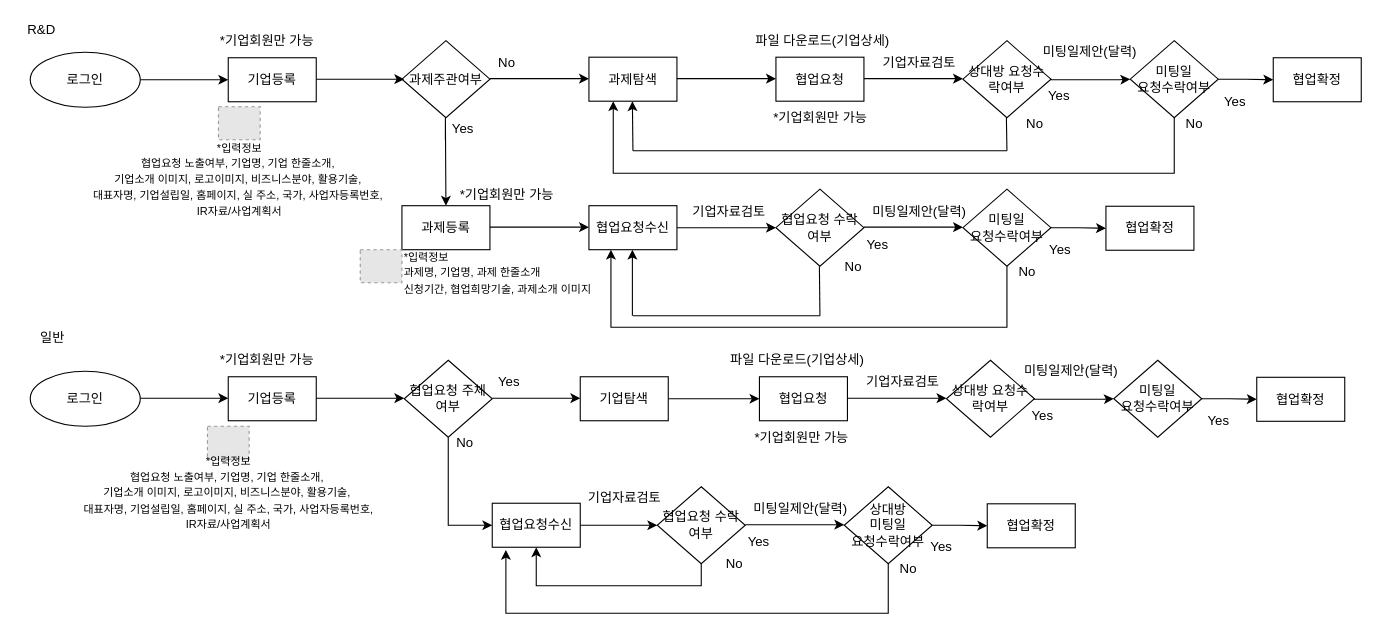
Earlier version of the draw.io diagram 협업_RESET 프로세스.drawio (Lucidhomme/TIL). Source tidied: cells renumbered, new cells numbered last; positions are measured from the earlier drawing's top-left corner, leaving out a move shared by most shapes. Both pictures are drawn from the tidied source at 110%, with x=0, y=0 at pixel (19, 19). Pictures stored in the file or linked from it are replaced by grey dashed boxes.
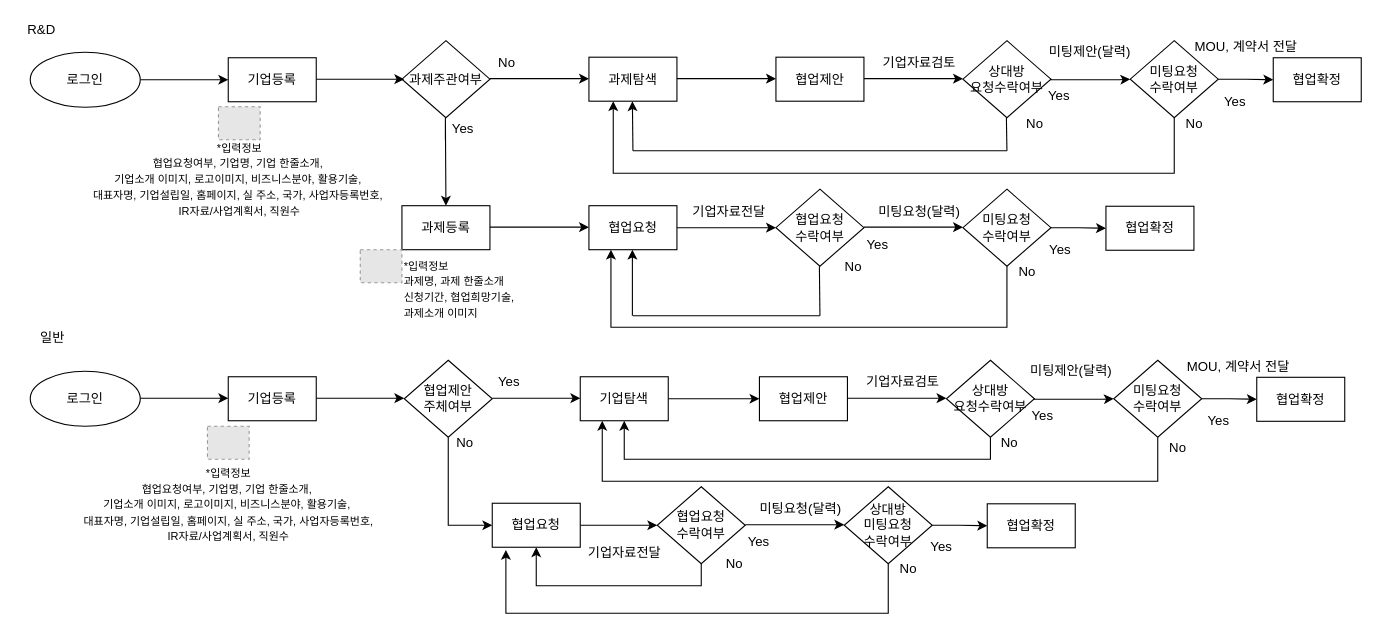
After the change.

Commit message:
Update 협업_RESET 프로세스.drawio

The change refers to these unchanged cells:
```xml
<mxCell id="74" value="기업탐색" style="rounded=0;whiteSpace=wrap;html=1;" parent="1" vertex="1">
  <mxGeometry x="510" y="325" width="80" height="40" as="geometry" />
</mxCell>
```

Change to the diagram source:
```diff
@@
-    <mxCell id="13" value="협업요청" style="rounded=0;whiteSpace=wrap;html=1;" parent="1" vertex="1">
+    <mxCell id="13" value="협업제안" style="rounded=0;whiteSpace=wrap;html=1;" parent="1" vertex="1">
       <mxGeometry x="687.9" y="34.5" width="80" height="40" as="geometry" />
     </mxCell>
@@
-    <mxCell id="23" value="협업요청수신" style="rounded=0;whiteSpace=wrap;html=1;" parent="1" vertex="1">
+    <mxCell id="23" value="협업요청" style="rounded=0;whiteSpace=wrap;html=1;" parent="1" vertex="1">
       <mxGeometry x="430" y="440" width="80" height="40" as="geometry" />
     </mxCell>
@@
-    <mxCell id="26" value="&lt;font style=&quot;font-size: 10px&quot;&gt;*입력정보&lt;br&gt;&lt;/font&gt;&lt;p style=&quot;margin-top: 0pt ; margin-bottom: 0pt ; margin-left: 0in ; text-indent: 0in ; direction: ltr ; unicode-bidi: embed&quot;&gt;&lt;font style=&quot;font-size: 10px&quot;&gt;&lt;span style=&quot;font-family: &amp;#34;맑은 고딕&amp;#34;&quot;&gt;과제명&lt;/span&gt;&lt;span style=&quot;font-family: &amp;#34;맑은 고딕&amp;#34;&quot;&gt;, &lt;/span&gt;&lt;span style=&quot;font-family: &amp;#34;맑은 고딕&amp;#34;&quot;&gt;기업명&lt;/span&gt;&lt;span style=&quot;font-family: &amp;#34;맑은 고딕&amp;#34;&quot;&gt;, 과제&amp;nbsp;&lt;/span&gt;&lt;span style=&quot;font-family: &amp;#34;맑은 고딕&amp;#34;&quot;&gt;한줄소개&lt;/span&gt;&lt;span style=&quot;font-family: &amp;#34;맑은 고딕&amp;#34;&quot;&gt;&amp;nbsp;&lt;/span&gt;&lt;/font&gt;&lt;/p&gt;&lt;p style=&quot;margin-top: 0pt ; margin-bottom: 0pt ; margin-left: 0in ; text-indent: 0in ; direction: ltr ; unicode-bidi: embed&quot;&gt;&lt;span style=&quot;font-size: 10px ; text-indent: 0in ; font-family: &amp;#34;맑은 고딕&amp;#34;&quot;&gt;신청기간&lt;/span&gt;&lt;span style=&quot;font-size: 10px ; text-indent: 0in ; font-family: &amp;#34;맑은 고딕&amp;#34;&quot;&gt;, &lt;/span&gt;&lt;span style=&quot;font-size: 10px ; text-indent: 0in ; font-family: &amp;#34;맑은 고딕&amp;#34;&quot;&gt;협업희망기술&lt;/span&gt;&lt;span style=&quot;font-size: 10px ; text-indent: 0in ; font-family: &amp;#34;맑은 고딕&amp;#34;&quot;&gt;, 과제소개&amp;nbsp;&lt;/span&gt;&lt;span style=&quot;font-size: 10px ; text-indent: 0in ; font-family: &amp;#34;맑은 고딕&amp;#34;&quot;&gt;이미지&lt;/span&gt;&lt;/p&gt;" style="text;html=1;align=left;verticalAlign=middle;fillColor=none;strokeColor=none;rounded=0;" parent="1" vertex="1">
-      <mxGeometry x="347.9" y="204.5" width="200" height="50" as="geometry" />
+    <mxCell id="26" value="&lt;font style=&quot;font-size: 10px&quot;&gt;*입력정보&lt;br&gt;&lt;/font&gt;&lt;p style=&quot;margin-top: 0pt ; margin-bottom: 0pt ; margin-left: 0in ; text-indent: 0in ; direction: ltr ; unicode-bidi: embed&quot;&gt;&lt;font style=&quot;font-size: 10px&quot;&gt;&lt;span style=&quot;font-family: &amp;#34;맑은 고딕&amp;#34;&quot;&gt;과제명&lt;/span&gt;&lt;span style=&quot;font-family: &amp;#34;맑은 고딕&amp;#34;&quot;&gt;, &lt;/span&gt;&lt;span style=&quot;font-family: &amp;#34;맑은 고딕&amp;#34;&quot;&gt;과제&amp;nbsp;&lt;/span&gt;&lt;span style=&quot;font-family: &amp;#34;맑은 고딕&amp;#34;&quot;&gt;한줄소개&lt;/span&gt;&lt;span style=&quot;font-family: &amp;#34;맑은 고딕&amp;#34;&quot;&gt;&amp;nbsp;&lt;/span&gt;&lt;/font&gt;&lt;/p&gt;&lt;p style=&quot;margin-top: 0pt ; margin-bottom: 0pt ; margin-left: 0in ; text-indent: 0in ; direction: ltr ; unicode-bidi: embed&quot;&gt;&lt;span style=&quot;font-size: 10px ; text-indent: 0in ; font-family: &amp;#34;맑은 고딕&amp;#34;&quot;&gt;신청기간&lt;/span&gt;&lt;span style=&quot;font-size: 10px ; text-indent: 0in ; font-family: &amp;#34;맑은 고딕&amp;#34;&quot;&gt;, &lt;/span&gt;&lt;span style=&quot;font-size: 10px ; text-indent: 0in ; font-family: &amp;#34;맑은 고딕&amp;#34;&quot;&gt;협업희망기술&lt;/span&gt;&lt;span style=&quot;font-size: 10px ; text-indent: 0in ; font-family: &amp;#34;맑은 고딕&amp;#34;&quot;&gt;,&amp;nbsp;&lt;/span&gt;&lt;/p&gt;&lt;p style=&quot;margin-top: 0pt ; margin-bottom: 0pt ; margin-left: 0in ; text-indent: 0in ; direction: ltr ; unicode-bidi: embed&quot;&gt;&lt;span style=&quot;font-size: 10px ; text-indent: 0in ; font-family: &amp;#34;맑은 고딕&amp;#34;&quot;&gt;과제소개&amp;nbsp;&lt;/span&gt;&lt;span style=&quot;font-size: 10px ; text-indent: 0in ; font-family: &amp;#34;맑은 고딕&amp;#34;&quot;&gt;이미지&lt;/span&gt;&lt;/p&gt;" style="text;html=1;align=left;verticalAlign=middle;fillColor=none;strokeColor=none;rounded=0;" parent="1" vertex="1">
+      <mxGeometry x="347.9" y="214.5" width="130" height="60" as="geometry" />
     </mxCell>
-    <mxCell id="27" value="&lt;font style=&quot;font-size: 10px&quot;&gt;*입력정보&lt;br&gt;&lt;/font&gt;&lt;p style=&quot;margin-top: 0pt ; margin-bottom: 0pt ; margin-left: 0in ; text-indent: 0in ; direction: ltr ; unicode-bidi: embed&quot;&gt;&lt;font style=&quot;font-size: 10px&quot;&gt;&lt;span style=&quot;font-family: &amp;#34;맑은 고딕&amp;#34;&quot;&gt;협업요청 노출여부, &lt;/span&gt;&lt;span style=&quot;font-family: &amp;#34;맑은 고딕&amp;#34;&quot;&gt;기업명&lt;/span&gt;&lt;span style=&quot;font-family: &amp;#34;맑은 고딕&amp;#34;&quot;&gt;, 기업&lt;/span&gt;&lt;span style=&quot;font-family: &amp;#34;맑은 고딕&amp;#34;&quot;&gt;&amp;nbsp;&lt;/span&gt;&lt;span style=&quot;font-family: &amp;#34;맑은 고딕&amp;#34;&quot;&gt;한줄소개&lt;/span&gt;&lt;span style=&quot;font-family: &amp;#34;맑은 고딕&amp;#34;&quot;&gt;,&amp;nbsp;&lt;/span&gt;&lt;/font&gt;&lt;/p&gt;&lt;p style=&quot;margin-top: 0pt ; margin-bottom: 0pt ; margin-left: 0in ; text-indent: 0in ; direction: ltr ; unicode-bidi: embed&quot;&gt;&lt;font style=&quot;font-size: 10px&quot;&gt;&lt;span style=&quot;font-family: &amp;#34;맑은 고딕&amp;#34;&quot;&gt;기업소개 이미지, 로고이미지, 비즈니스분야, 활용기술,&amp;nbsp;&lt;/span&gt;&lt;/font&gt;&lt;/p&gt;&lt;p style=&quot;margin-top: 0pt ; margin-bottom: 0pt ; margin-left: 0in ; text-indent: 0in ; direction: ltr ; unicode-bidi: embed&quot;&gt;&lt;span style=&quot;font-family: &amp;#34;맑은 고딕&amp;#34; ; font-size: 10px ; text-indent: 0in&quot;&gt;대표자명, 기업설립일,&amp;nbsp;&lt;/span&gt;&lt;span style=&quot;font-family: &amp;#34;맑은 고딕&amp;#34; ; font-size: 10px ; text-indent: 0in&quot;&gt;홈페이지, 실 주소, 국가, 사업자등록번호,&lt;/span&gt;&lt;/p&gt;&lt;p style=&quot;margin-top: 0pt ; margin-bottom: 0pt ; margin-left: 0in ; text-indent: 0in ; direction: ltr ; unicode-bidi: embed&quot;&gt;&lt;font face=&quot;맑은 고딕&quot;&gt;&lt;span style=&quot;font-size: 10px&quot;&gt;IR자료/사업계획서&lt;/span&gt;&lt;/font&gt;&lt;/p&gt;" style="text;html=1;align=center;verticalAlign=middle;fillColor=none;strokeColor=none;rounded=0;" parent="1" vertex="1">
-      <mxGeometry x="40" y="390" width="300" height="80" as="geometry" />
+    <mxCell id="27" value="&lt;font style=&quot;font-size: 10px&quot;&gt;*입력정보&lt;br&gt;&lt;/font&gt;&lt;p style=&quot;margin-top: 0pt ; margin-bottom: 0pt ; margin-left: 0in ; text-indent: 0in ; direction: ltr ; unicode-bidi: embed&quot;&gt;&lt;font style=&quot;font-size: 10px&quot;&gt;&lt;span style=&quot;font-family: &amp;#34;맑은 고딕&amp;#34;&quot;&gt;협업요청여부, &lt;/span&gt;&lt;span style=&quot;font-family: &amp;#34;맑은 고딕&amp;#34;&quot;&gt;기업명&lt;/span&gt;&lt;span style=&quot;font-family: &amp;#34;맑은 고딕&amp;#34;&quot;&gt;, 기업&lt;/span&gt;&lt;span style=&quot;font-family: &amp;#34;맑은 고딕&amp;#34;&quot;&gt;&amp;nbsp;&lt;/span&gt;&lt;span style=&quot;font-family: &amp;#34;맑은 고딕&amp;#34;&quot;&gt;한줄소개&lt;/span&gt;&lt;span style=&quot;font-family: &amp;#34;맑은 고딕&amp;#34;&quot;&gt;,&amp;nbsp;&lt;/span&gt;&lt;/font&gt;&lt;/p&gt;&lt;p style=&quot;margin-top: 0pt ; margin-bottom: 0pt ; margin-left: 0in ; text-indent: 0in ; direction: ltr ; unicode-bidi: embed&quot;&gt;&lt;font style=&quot;font-size: 10px&quot;&gt;&lt;span style=&quot;font-family: &amp;#34;맑은 고딕&amp;#34;&quot;&gt;기업소개 이미지, 로고이미지, 비즈니스분야, 활용기술,&amp;nbsp;&lt;/span&gt;&lt;/font&gt;&lt;/p&gt;&lt;p style=&quot;margin-top: 0pt ; margin-bottom: 0pt ; margin-left: 0in ; text-indent: 0in ; direction: ltr ; unicode-bidi: embed&quot;&gt;&lt;span style=&quot;font-family: &amp;#34;맑은 고딕&amp;#34; ; font-size: 10px ; text-indent: 0in&quot;&gt;대표자명, 기업설립일,&amp;nbsp;&lt;/span&gt;&lt;span style=&quot;font-family: &amp;#34;맑은 고딕&amp;#34; ; font-size: 10px ; text-indent: 0in&quot;&gt;홈페이지, 실 주소, 국가, 사업자등록번호,&lt;/span&gt;&lt;/p&gt;&lt;p style=&quot;margin-top: 0pt ; margin-bottom: 0pt ; margin-left: 0in ; text-indent: 0in ; direction: ltr ; unicode-bidi: embed&quot;&gt;&lt;font face=&quot;맑은 고딕&quot;&gt;&lt;span style=&quot;font-size: 10px&quot;&gt;IR자료/사업계획서, 직원수&lt;/span&gt;&lt;/font&gt;&lt;/p&gt;" style="text;html=1;align=center;verticalAlign=middle;fillColor=none;strokeColor=none;rounded=0;" parent="1" vertex="1">
+      <mxGeometry x="40" y="400.5" width="300" height="80" as="geometry" />
     </mxCell>
-    <mxCell id="28" value="*기업회원만 가능" style="text;html=1;align=center;verticalAlign=middle;fillColor=none;strokeColor=none;rounded=0;" parent="1" vertex="1">
-      <mxGeometry x="672.9" y="79.5" width="110" height="20" as="geometry" />
-    </mxCell>
-    <mxCell id="29" value="상대방 요청수락여부" style="rhombus;whiteSpace=wrap;html=1;" parent="1" vertex="1">
+    <mxCell id="29" value="상대방 &lt;br&gt;요청수락여부" style="rhombus;whiteSpace=wrap;html=1;" parent="1" vertex="1">
       <mxGeometry x="857.9" y="19.5" width="80" height="70" as="geometry" />
     </mxCell>
@@
-    <mxCell id="36" value="*기업회원만 가능" style="text;html=1;align=center;verticalAlign=middle;fillColor=none;strokeColor=none;rounded=0;" parent="1" vertex="1">
-      <mxGeometry x="387.9" y="149.5" width="110" height="20" as="geometry" />
-    </mxCell>
@@
-    <mxCell id="39" value="협업요청수신" style="rounded=0;whiteSpace=wrap;html=1;" parent="1" vertex="1">
+    <mxCell id="39" value="협업요청" style="rounded=0;whiteSpace=wrap;html=1;" parent="1" vertex="1">
       <mxGeometry x="517.9" y="169.5" width="80" height="40" as="geometry" />
     </mxCell>
@@
-    <mxCell id="41" value="협업요청 수락여부" style="rhombus;whiteSpace=wrap;html=1;" parent="1" vertex="1">
+    <mxCell id="41" value="협업요청 &lt;br&gt;수락여부" style="rhombus;whiteSpace=wrap;html=1;" parent="1" vertex="1">
       <mxGeometry x="687.9" y="154.5" width="80" height="70" as="geometry" />
     </mxCell>
@@
-    <mxCell id="46" value="*기업회원만 가능" style="text;html=1;align=center;verticalAlign=middle;fillColor=none;strokeColor=none;rounded=0;" parent="1" vertex="1">
-      <mxGeometry x="170" y="300" width="110" height="20" as="geometry" />
-    </mxCell>
-    <mxCell id="47" value="협업요청 주체여부" style="rhombus;whiteSpace=wrap;html=1;" parent="1" vertex="1">
+    <mxCell id="47" value="협업제안&lt;br&gt;주체여부" style="rhombus;whiteSpace=wrap;html=1;" parent="1" vertex="1">
       <mxGeometry x="350" y="310" width="80" height="70" as="geometry" />
     </mxCell>
@@
-    <mxCell id="52" value="*기업회원만 가능" style="text;html=1;align=center;verticalAlign=middle;fillColor=none;strokeColor=none;rounded=0;" parent="1" vertex="1">
-      <mxGeometry x="170" y="10" width="110" height="20" as="geometry" />
-    </mxCell>
@@
-    <mxCell id="54" value="&lt;font style=&quot;font-size: 10px&quot;&gt;*입력정보&lt;br&gt;&lt;/font&gt;&lt;p style=&quot;margin-top: 0pt ; margin-bottom: 0pt ; margin-left: 0in ; text-indent: 0in ; direction: ltr ; unicode-bidi: embed&quot;&gt;&lt;font style=&quot;font-size: 10px&quot;&gt;&lt;span style=&quot;font-family: &amp;#34;맑은 고딕&amp;#34;&quot;&gt;협업요청 노출여부, &lt;/span&gt;&lt;span style=&quot;font-family: &amp;#34;맑은 고딕&amp;#34;&quot;&gt;기업명&lt;/span&gt;&lt;span style=&quot;font-family: &amp;#34;맑은 고딕&amp;#34;&quot;&gt;, 기업&lt;/span&gt;&lt;span style=&quot;font-family: &amp;#34;맑은 고딕&amp;#34;&quot;&gt;&amp;nbsp;&lt;/span&gt;&lt;span style=&quot;font-family: &amp;#34;맑은 고딕&amp;#34;&quot;&gt;한줄소개&lt;/span&gt;&lt;span style=&quot;font-family: &amp;#34;맑은 고딕&amp;#34;&quot;&gt;,&amp;nbsp;&lt;/span&gt;&lt;/font&gt;&lt;/p&gt;&lt;p style=&quot;margin-top: 0pt ; margin-bottom: 0pt ; margin-left: 0in ; text-indent: 0in ; direction: ltr ; unicode-bidi: embed&quot;&gt;&lt;font style=&quot;font-size: 10px&quot;&gt;&lt;span style=&quot;font-family: &amp;#34;맑은 고딕&amp;#34;&quot;&gt;기업소개 이미지, 로고이미지, 비즈니스분야, 활용기술,&amp;nbsp;&lt;/span&gt;&lt;/font&gt;&lt;/p&gt;&lt;p style=&quot;margin-top: 0pt ; margin-bottom: 0pt ; margin-left: 0in ; text-indent: 0in ; direction: ltr ; unicode-bidi: embed&quot;&gt;&lt;span style=&quot;font-family: &amp;#34;맑은 고딕&amp;#34; ; font-size: 10px ; text-indent: 0in&quot;&gt;대표자명, 기업설립일,&amp;nbsp;&lt;/span&gt;&lt;span style=&quot;font-family: &amp;#34;맑은 고딕&amp;#34; ; font-size: 10px ; text-indent: 0in&quot;&gt;홈페이지, 실 주소, 국가, 사업자등록번호,&amp;nbsp;&lt;/span&gt;&lt;/p&gt;&lt;p style=&quot;margin-top: 0pt ; margin-bottom: 0pt ; margin-left: 0in ; text-indent: 0in ; direction: ltr ; unicode-bidi: embed&quot;&gt;&lt;span style=&quot;font-family: &amp;#34;맑은 고딕&amp;#34; ; font-size: 10px ; text-indent: 0in&quot;&gt;IR자료/사업계획서&lt;/span&gt;&lt;/p&gt;" style="text;html=1;align=center;verticalAlign=middle;fillColor=none;strokeColor=none;rounded=0;" parent="1" vertex="1">
+    <mxCell id="54" value="&lt;font style=&quot;font-size: 10px&quot;&gt;*입력정보&lt;br&gt;&lt;/font&gt;&lt;p style=&quot;margin-top: 0pt ; margin-bottom: 0pt ; margin-left: 0in ; text-indent: 0in ; direction: ltr ; unicode-bidi: embed&quot;&gt;&lt;font style=&quot;font-size: 10px&quot;&gt;&lt;span style=&quot;font-family: &amp;#34;맑은 고딕&amp;#34;&quot;&gt;협업요청여부, &lt;/span&gt;&lt;span style=&quot;font-family: &amp;#34;맑은 고딕&amp;#34;&quot;&gt;기업명&lt;/span&gt;&lt;span style=&quot;font-family: &amp;#34;맑은 고딕&amp;#34;&quot;&gt;, 기업&lt;/span&gt;&lt;span style=&quot;font-family: &amp;#34;맑은 고딕&amp;#34;&quot;&gt;&amp;nbsp;&lt;/span&gt;&lt;span style=&quot;font-family: &amp;#34;맑은 고딕&amp;#34;&quot;&gt;한줄소개&lt;/span&gt;&lt;span style=&quot;font-family: &amp;#34;맑은 고딕&amp;#34;&quot;&gt;,&amp;nbsp;&lt;/span&gt;&lt;/font&gt;&lt;/p&gt;&lt;p style=&quot;margin-top: 0pt ; margin-bottom: 0pt ; margin-left: 0in ; text-indent: 0in ; direction: ltr ; unicode-bidi: embed&quot;&gt;&lt;font style=&quot;font-size: 10px&quot;&gt;&lt;span style=&quot;font-family: &amp;#34;맑은 고딕&amp;#34;&quot;&gt;기업소개 이미지, 로고이미지, 비즈니스분야, 활용기술,&amp;nbsp;&lt;/span&gt;&lt;/font&gt;&lt;/p&gt;&lt;p style=&quot;margin-top: 0pt ; margin-bottom: 0pt ; margin-left: 0in ; text-indent: 0in ; direction: ltr ; unicode-bidi: embed&quot;&gt;&lt;span style=&quot;font-family: &amp;#34;맑은 고딕&amp;#34; ; font-size: 10px ; text-indent: 0in&quot;&gt;대표자명, 기업설립일,&amp;nbsp;&lt;/span&gt;&lt;span style=&quot;font-family: &amp;#34;맑은 고딕&amp;#34; ; font-size: 10px ; text-indent: 0in&quot;&gt;홈페이지, 실 주소, 국가, 사업자등록번호,&amp;nbsp;&lt;/span&gt;&lt;/p&gt;&lt;p style=&quot;margin-top: 0pt ; margin-bottom: 0pt ; margin-left: 0in ; text-indent: 0in ; direction: ltr ; unicode-bidi: embed&quot;&gt;&lt;span style=&quot;font-family: &amp;#34;맑은 고딕&amp;#34; ; font-size: 10px ; text-indent: 0in&quot;&gt;IR자료/사업계획서, 직원수&lt;/span&gt;&lt;/p&gt;" style="text;html=1;align=center;verticalAlign=middle;fillColor=none;strokeColor=none;rounded=0;" parent="1" vertex="1">
       <mxGeometry x="50" y="104.5" width="300" height="80" as="geometry" />
     </mxCell>
@@
-    <mxCell id="57" value="파일 다운로드(기업상세)" style="text;html=1;align=center;verticalAlign=middle;fillColor=none;strokeColor=none;rounded=0;" parent="1" vertex="1">
-      <mxGeometry x="655" y="9.5" width="150" height="20" as="geometry" />
-    </mxCell>
-    <mxCell id="58" value="미팅일제안(달력)" style="text;html=1;align=center;verticalAlign=middle;fillColor=none;strokeColor=none;rounded=0;" parent="1" vertex="1">
-      <mxGeometry x="917.9" y="19.5" width="110" height="20" as="geometry" />
+    <mxCell id="58" value="미팅제안(달력)" style="text;html=1;align=center;verticalAlign=middle;fillColor=none;strokeColor=none;rounded=0;" parent="1" vertex="1">
+      <mxGeometry x="922.9" y="20" width="100" height="20" as="geometry" />
     </mxCell>
@@
-    <mxCell id="61" value="미팅일 &lt;br&gt;요청수락여부" style="rhombus;whiteSpace=wrap;html=1;" parent="1" vertex="1">
+    <mxCell id="61" value="미팅요청&lt;br&gt;수락여부" style="rhombus;whiteSpace=wrap;html=1;" parent="1" vertex="1">
       <mxGeometry x="1010" y="19.5" width="80" height="70" as="geometry" />
     </mxCell>
@@
-    <mxCell id="67" value="미팅일 &lt;br&gt;요청수락여부" style="rhombus;whiteSpace=wrap;html=1;" parent="1" vertex="1">
+    <mxCell id="67" value="미팅요청&lt;br&gt;수락여부" style="rhombus;whiteSpace=wrap;html=1;" parent="1" vertex="1">
       <mxGeometry x="857.9" y="154.5" width="80" height="70" as="geometry" />
     </mxCell>
@@
-    <mxCell id="71" value="기업자료검토" style="text;html=1;align=center;verticalAlign=middle;fillColor=none;strokeColor=none;rounded=0;" parent="1" vertex="1">
+    <mxCell id="71" value="기업자료전달" style="text;html=1;align=center;verticalAlign=middle;fillColor=none;strokeColor=none;rounded=0;" parent="1" vertex="1">
       <mxGeometry x="600" y="164.5" width="90" height="20" as="geometry" />
     </mxCell>
-    <mxCell id="72" value="미팅일제안(달력)" style="text;html=1;align=center;verticalAlign=middle;fillColor=none;strokeColor=none;rounded=0;" parent="1" vertex="1">
-      <mxGeometry x="762.9" y="164.5" width="110" height="20" as="geometry" />
+    <mxCell id="72" value="미팅요청(달력)" style="text;html=1;align=center;verticalAlign=middle;fillColor=none;strokeColor=none;rounded=0;" parent="1" vertex="1">
+      <mxGeometry x="767.9" y="164.5" width="100" height="20" as="geometry" />
     </mxCell>
@@
-    <mxCell id="75" value="협업요청" style="rounded=0;whiteSpace=wrap;html=1;" parent="1" vertex="1">
+    <mxCell id="75" value="협업제안" style="rounded=0;whiteSpace=wrap;html=1;" parent="1" vertex="1">
       <mxGeometry x="672.9" y="325" width="80" height="40" as="geometry" />
     </mxCell>
@@
+    <mxCell id="101" style="edgeStyle=orthogonalEdgeStyle;rounded=0;jettySize=auto;html=1;entryX=0.5;entryY=1;entryDx=0;entryDy=0;" parent="1" edge="1" source="77" target="74">
+      <mxGeometry relative="1" as="geometry">
+        <Array as="points">
+          <mxPoint x="883" y="400" />
+          <mxPoint x="550" y="400" />
+        </Array>
+      </mxGeometry>
+    </mxCell>
-    <mxCell id="77" value="상대방 요청수락여부" style="rhombus;whiteSpace=wrap;html=1;" parent="1" vertex="1">
+    <mxCell id="77" value="상대방 &lt;br&gt;요청수락여부" style="rhombus;whiteSpace=wrap;html=1;" parent="1" vertex="1">
       <mxGeometry x="842.9" y="310" width="80" height="70" as="geometry" />
     </mxCell>
@@
+    <mxCell id="102" style="edgeStyle=orthogonalEdgeStyle;rounded=0;jettySize=auto;html=1;entryX=0.25;entryY=1;entryDx=0;entryDy=0;" parent="1" edge="1" source="82" target="74">
+      <mxGeometry relative="1" as="geometry">
+        <Array as="points">
+          <mxPoint x="1035" y="420" />
+          <mxPoint x="530" y="420" />
+        </Array>
+      </mxGeometry>
+    </mxCell>
-    <mxCell id="82" value="미팅일 &lt;br&gt;요청수락여부" style="rhombus;whiteSpace=wrap;html=1;" parent="1" vertex="1">
+    <mxCell id="82" value="미팅요청&lt;br&gt;수락여부" style="rhombus;whiteSpace=wrap;html=1;" parent="1" vertex="1">
       <mxGeometry x="995" y="310" width="80" height="70" as="geometry" />
     </mxCell>
@@
-    <mxCell id="88" value="협업요청 수락여부" style="rhombus;whiteSpace=wrap;html=1;" parent="1" vertex="1">
+    <mxCell id="88" value="협업요청 &lt;br&gt;수락여부" style="rhombus;whiteSpace=wrap;html=1;" parent="1" vertex="1">
       <mxGeometry x="580" y="425" width="80" height="70" as="geometry" />
     </mxCell>
@@
-    <mxCell id="92" value="상대방 &lt;br&gt;미팅일 &lt;br&gt;요청수락여부" style="rhombus;whiteSpace=wrap;html=1;" parent="1" vertex="1">
+    <mxCell id="92" value="상대방 &lt;br&gt;미팅요청&lt;br&gt;수락여부" style="rhombus;whiteSpace=wrap;html=1;" parent="1" vertex="1">
       <mxGeometry x="750" y="425" width="80" height="70" as="geometry" />
     </mxCell>
@@
-    <mxCell id="96" value="미팅일제안(달력)" style="text;html=1;align=center;verticalAlign=middle;fillColor=none;strokeColor=none;rounded=0;" parent="1" vertex="1">
-      <mxGeometry x="655" y="435" width="110" height="20" as="geometry" />
+    <mxCell id="96" value="미팅요청(달력)" style="text;html=1;align=center;verticalAlign=middle;fillColor=none;strokeColor=none;rounded=0;" parent="1" vertex="1">
+      <mxGeometry x="660" y="435" width="100" height="20" as="geometry" />
     </mxCell>
-    <mxCell id="97" value="*기업회원만 가능" style="text;html=1;align=center;verticalAlign=middle;fillColor=none;strokeColor=none;rounded=0;" parent="1" vertex="1">
-      <mxGeometry x="655.8" y="370.5" width="110" height="20" as="geometry" />
-    </mxCell>
-    <mxCell id="98" value="파일 다운로드(기업상세)" style="text;html=1;align=center;verticalAlign=middle;fillColor=none;strokeColor=none;rounded=0;" parent="1" vertex="1">
-      <mxGeometry x="632" y="300" width="150" height="20" as="geometry" />
-    </mxCell>
-    <mxCell id="99" value="미팅일제안(달력)" style="text;html=1;align=center;verticalAlign=middle;fillColor=none;strokeColor=none;rounded=0;" parent="1" vertex="1">
-      <mxGeometry x="900.8" y="310" width="110" height="20" as="geometry" />
+    <mxCell id="99" value="미팅제안(달력)" style="text;html=1;align=center;verticalAlign=middle;fillColor=none;strokeColor=none;rounded=0;" parent="1" vertex="1">
+      <mxGeometry x="905.8" y="310" width="100" height="20" as="geometry" />
     </mxCell>
-    <mxCell id="100" value="기업자료검토" style="text;html=1;align=center;verticalAlign=middle;fillColor=none;strokeColor=none;rounded=0;" parent="1" vertex="1">
-      <mxGeometry x="505" y="425" width="90" height="20" as="geometry" />
+    <mxCell id="100" value="기업자료전달" style="text;html=1;align=center;verticalAlign=middle;fillColor=none;strokeColor=none;rounded=0;" parent="1" vertex="1">
+      <mxGeometry x="505" y="475" width="90" height="20" as="geometry" />
     </mxCell>
+    <mxCell id="103" value="MOU, 계약서 전달" style="text;html=1;align=center;verticalAlign=middle;fillColor=none;strokeColor=none;rounded=0;" parent="1" vertex="1">
+      <mxGeometry x="1060" y="14.5" width="110" height="20" as="geometry" />
+    </mxCell>
+    <mxCell id="104" value="No" style="text;html=1;align=center;verticalAlign=middle;fillColor=none;strokeColor=none;rounded=0;" parent="1" vertex="1">
+      <mxGeometry x="885" y="375" width="30" height="20" as="geometry" />
+    </mxCell>
+    <mxCell id="105" value="No" style="text;html=1;align=center;verticalAlign=middle;fillColor=none;strokeColor=none;rounded=0;" parent="1" vertex="1">
+      <mxGeometry x="1037.9" y="380" width="30" height="20" as="geometry" />
+    </mxCell>
+    <mxCell id="106" value="MOU, 계약서 전달" style="text;html=1;align=center;verticalAlign=middle;fillColor=none;strokeColor=none;rounded=0;" parent="1" vertex="1">
+      <mxGeometry x="1052.9" y="305.5" width="110" height="20" as="geometry" />
+    </mxCell>
```
